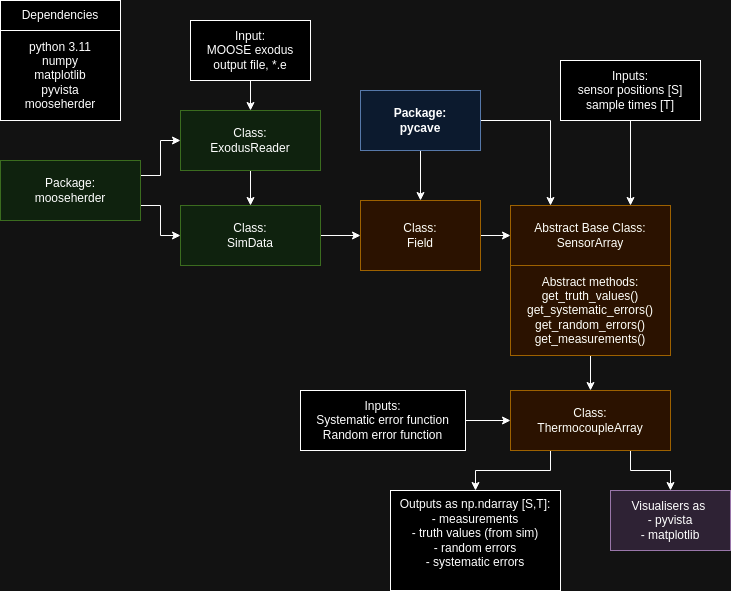
Before: reports/images/pycave.drawio.png, a diagram exported from draw.io (Digital-Validation-Laboratory/pyvale). Source tidied: cells renumbered, new cells last; positions are measured from the earlier drawing's top-left corner, leaving out a move shared by most shapes.
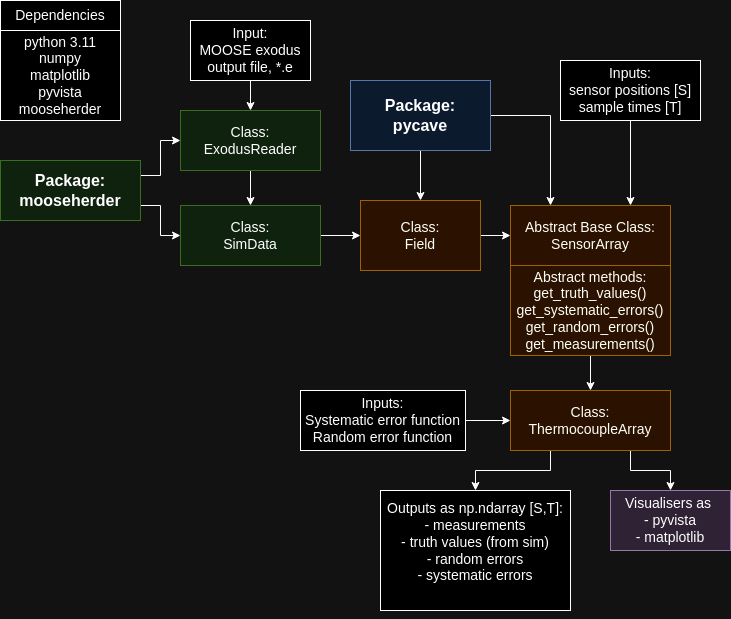
Later version of the same file.

Change to the diagram source:
```diff
@@ -2,95 +2,98 @@
   <root>
     <mxCell id="0" />
     <mxCell id="1" parent="0" />
-    <mxCell id="2" style="edgeStyle=orthogonalEdgeStyle;rounded=0;jettySize=auto;html=1;entryX=0.5;entryY=0;entryDx=0;entryDy=0;" parent="1" edge="1" source="4" target="8">
+    <mxCell id="2" style="edgeStyle=orthogonalEdgeStyle;rounded=0;jettySize=auto;html=1;entryX=0.5;entryY=0;entryDx=0;entryDy=0;fontSize=14;fontFamily=Helvetica;" parent="1" edge="1" source="4" target="8">
       <mxGeometry relative="1" as="geometry" />
     </mxCell>
-    <mxCell id="3" style="edgeStyle=orthogonalEdgeStyle;rounded=0;jettySize=auto;html=1;exitX=1;exitY=0.5;exitDx=0;exitDy=0;entryX=0.25;entryY=0;entryDx=0;entryDy=0;" parent="1" edge="1" source="4" target="9">
+    <mxCell id="3" style="edgeStyle=orthogonalEdgeStyle;rounded=0;jettySize=auto;html=1;exitX=1;exitY=0.5;exitDx=0;exitDy=0;entryX=0.25;entryY=0;entryDx=0;entryDy=0;fontSize=14;fontFamily=Helvetica;" parent="1" edge="1" source="4" target="9">
       <mxGeometry relative="1" as="geometry" />
     </mxCell>
-    <mxCell id="4" value="&lt;b&gt;Package:&lt;br&gt;pycave&lt;/b&gt;" style="rounded=0;whiteSpace=wrap;html=1;fillColor=#dae8fc;strokeColor=#6c8ebf;" parent="1" vertex="1">
-      <mxGeometry x="360" y="90" width="120" height="60" as="geometry" />
+    <mxCell id="4" value="&lt;b style=&quot;font-size: 16px;&quot;&gt;Package:&lt;br style=&quot;&quot;&gt;pycave&lt;/b&gt;" style="rounded=0;whiteSpace=wrap;html=1;fillColor=#dae8fc;strokeColor=#6c8ebf;fontSize=14;fontFamily=Helvetica;" parent="1" vertex="1">
+      <mxGeometry x="350" y="80" width="140" height="70" as="geometry" />
     </mxCell>
-    <mxCell id="5" value="Dependencies" style="rounded=0;whiteSpace=wrap;html=1;" parent="1" vertex="1">
+    <mxCell id="5" value="Dependencies" style="rounded=0;whiteSpace=wrap;html=1;fontSize=14;fontFamily=Helvetica;" parent="1" vertex="1">
       <mxGeometry width="120" height="30" as="geometry" />
     </mxCell>
-    <mxCell id="6" value="python 3.11&lt;div&gt;numpy&lt;/div&gt;&lt;div&gt;matplotlib&lt;/div&gt;&lt;div&gt;pyvista&lt;/div&gt;&lt;div&gt;mooseherder&lt;/div&gt;" style="rounded=0;whiteSpace=wrap;html=1;" parent="1" vertex="1">
+    <mxCell id="6" value="python 3.11&lt;div style=&quot;font-size: 14px;&quot;&gt;numpy&lt;/div&gt;&lt;div style=&quot;font-size: 14px;&quot;&gt;matplotlib&lt;/div&gt;&lt;div style=&quot;font-size: 14px;&quot;&gt;pyvista&lt;/div&gt;&lt;div style=&quot;font-size: 14px;&quot;&gt;mooseherder&lt;/div&gt;" style="rounded=0;whiteSpace=wrap;html=1;fontSize=14;fontFamily=Helvetica;" parent="1" vertex="1">
       <mxGeometry y="30" width="120" height="90" as="geometry" />
     </mxCell>
-    <mxCell id="7" style="edgeStyle=orthogonalEdgeStyle;rounded=0;jettySize=auto;html=1;entryX=0;entryY=0.5;entryDx=0;entryDy=0;" parent="1" edge="1" source="8" target="9">
+    <mxCell id="7" style="edgeStyle=orthogonalEdgeStyle;rounded=0;jettySize=auto;html=1;entryX=0;entryY=0.5;entryDx=0;entryDy=0;fontSize=14;fontFamily=Helvetica;" parent="1" edge="1" source="8" target="9">
       <mxGeometry relative="1" as="geometry" />
     </mxCell>
-    <mxCell id="8" value="Class:&lt;div&gt;Field&lt;/div&gt;" style="rounded=0;whiteSpace=wrap;html=1;fillColor=#ffe6cc;strokeColor=#d79b00;" parent="1" vertex="1">
+    <mxCell id="8" value="Class:&lt;div style=&quot;font-size: 14px;&quot;&gt;Field&lt;/div&gt;" style="rounded=0;whiteSpace=wrap;html=1;fillColor=#ffe6cc;strokeColor=#d79b00;fontSize=14;fontFamily=Helvetica;" parent="1" vertex="1">
       <mxGeometry x="360" y="200" width="120" height="70" as="geometry" />
     </mxCell>
-    <mxCell id="9" value="Abstract Base Class:&lt;div&gt;SensorArray&lt;/div&gt;" style="rounded=0;whiteSpace=wrap;html=1;fillColor=#ffe6cc;strokeColor=#d79b00;" parent="1" vertex="1">
+    <mxCell id="9" value="Abstract Base Class:&lt;div style=&quot;font-size: 14px;&quot;&gt;SensorArray&lt;/div&gt;" style="rounded=0;whiteSpace=wrap;html=1;fillColor=#ffe6cc;strokeColor=#d79b00;fontSize=14;fontFamily=Helvetica;" parent="1" vertex="1">
       <mxGeometry x="510" y="205" width="160" height="60" as="geometry" />
     </mxCell>
-    <mxCell id="10" style="edgeStyle=orthogonalEdgeStyle;rounded=0;jettySize=auto;html=1;entryX=0;entryY=0.5;entryDx=0;entryDy=0;" parent="1" edge="1" source="11" target="8">
+    <mxCell id="10" style="edgeStyle=orthogonalEdgeStyle;rounded=0;jettySize=auto;html=1;entryX=0;entryY=0.5;entryDx=0;entryDy=0;fontSize=14;fontFamily=Helvetica;" parent="1" edge="1" source="11" target="8">
       <mxGeometry relative="1" as="geometry" />
     </mxCell>
-    <mxCell id="11" value="Class:&lt;div&gt;SimData&lt;/div&gt;" style="rounded=0;whiteSpace=wrap;html=1;fillColor=#d5e8d4;strokeColor=#82b366;" parent="1" vertex="1">
+    <mxCell id="11" value="Class:&lt;div style=&quot;font-size: 14px;&quot;&gt;SimData&lt;/div&gt;" style="rounded=0;whiteSpace=wrap;html=1;fillColor=#d5e8d4;strokeColor=#82b366;fontSize=14;fontFamily=Helvetica;" parent="1" vertex="1">
       <mxGeometry x="180" y="205" width="140" height="60" as="geometry" />
     </mxCell>
-    <mxCell id="12" style="edgeStyle=orthogonalEdgeStyle;rounded=0;jettySize=auto;html=1;exitX=0.75;exitY=1;exitDx=0;exitDy=0;" parent="1" edge="1" source="14" target="30">
+    <mxCell id="12" style="edgeStyle=orthogonalEdgeStyle;rounded=0;jettySize=auto;html=1;exitX=0.75;exitY=1;exitDx=0;exitDy=0;fontSize=14;fontFamily=Helvetica;" parent="1" edge="1" source="14" target="30">
       <mxGeometry relative="1" as="geometry" />
     </mxCell>
-    <mxCell id="13" style="edgeStyle=orthogonalEdgeStyle;rounded=0;jettySize=auto;html=1;exitX=0.25;exitY=1;exitDx=0;exitDy=0;" parent="1" edge="1" source="14" target="29">
+    <mxCell id="13" style="edgeStyle=orthogonalEdgeStyle;rounded=0;jettySize=auto;html=1;exitX=0.25;exitY=1;exitDx=0;exitDy=0;fontSize=14;fontFamily=Helvetica;" parent="1" edge="1" source="14" target="29">
       <mxGeometry relative="1" as="geometry" />
     </mxCell>
-    <mxCell id="14" value="Class:&lt;div&gt;ThermocoupleArray&lt;/div&gt;" style="rounded=0;whiteSpace=wrap;html=1;fillColor=#ffe6cc;strokeColor=#d79b00;" parent="1" vertex="1">
+    <mxCell id="14" value="Class:&lt;div style=&quot;font-size: 14px;&quot;&gt;ThermocoupleArray&lt;/div&gt;" style="rounded=0;whiteSpace=wrap;html=1;fillColor=#ffe6cc;strokeColor=#d79b00;fontSize=14;fontFamily=Helvetica;" parent="1" vertex="1">
       <mxGeometry x="510" y="390" width="160" height="60" as="geometry" />
     </mxCell>
-    <mxCell id="15" style="edgeStyle=orthogonalEdgeStyle;rounded=0;jettySize=auto;html=1;exitX=0.5;exitY=1;exitDx=0;exitDy=0;entryX=0.75;entryY=0;entryDx=0;entryDy=0;" parent="1" edge="1" source="16" target="9">
+    <mxCell id="15" style="edgeStyle=orthogonalEdgeStyle;rounded=0;jettySize=auto;html=1;exitX=0.5;exitY=1;exitDx=0;exitDy=0;entryX=0.75;entryY=0;entryDx=0;entryDy=0;fontSize=14;fontFamily=Helvetica;" parent="1" edge="1" source="16" target="9">
       <mxGeometry relative="1" as="geometry" />
     </mxCell>
-    <mxCell id="16" value="Inputs:&lt;div&gt;sensor positions [S]&lt;/div&gt;&lt;div&gt;sample times [T]&lt;/div&gt;" style="rounded=0;whiteSpace=wrap;html=1;" parent="1" vertex="1">
+    <mxCell id="16" value="Inputs:&lt;div style=&quot;font-size: 14px;&quot;&gt;sensor positions [S]&lt;/div&gt;&lt;div style=&quot;font-size: 14px;&quot;&gt;sample times [T]&lt;/div&gt;" style="rounded=0;whiteSpace=wrap;html=1;fontSize=14;fontFamily=Helvetica;" parent="1" vertex="1">
       <mxGeometry x="560" y="60" width="140" height="60" as="geometry" />
     </mxCell>
-    <mxCell id="17" style="edgeStyle=orthogonalEdgeStyle;rounded=0;jettySize=auto;html=1;exitX=0.5;exitY=1;exitDx=0;exitDy=0;entryX=0.5;entryY=0;entryDx=0;entryDy=0;" parent="1" edge="1" source="18" target="23">
+    <mxCell id="17" style="edgeStyle=orthogonalEdgeStyle;rounded=0;jettySize=auto;html=1;exitX=0.5;exitY=1;exitDx=0;exitDy=0;entryX=0.5;entryY=0;entryDx=0;entryDy=0;fontSize=14;fontFamily=Helvetica;" parent="1" edge="1" source="18" target="23">
       <mxGeometry relative="1" as="geometry" />
     </mxCell>
-    <mxCell id="18" value="Input:&lt;div&gt;MOOSE exodus output file, *.e&lt;/div&gt;" style="rounded=0;whiteSpace=wrap;html=1;" parent="1" vertex="1">
+    <mxCell id="18" value="Input:&lt;div style=&quot;font-size: 14px;&quot;&gt;MOOSE exodus output file, *.e&lt;/div&gt;" style="rounded=0;whiteSpace=wrap;html=1;fontSize=14;fontFamily=Helvetica;" parent="1" vertex="1">
       <mxGeometry x="190" y="20" width="120" height="60" as="geometry" />
     </mxCell>
-    <mxCell id="19" style="edgeStyle=orthogonalEdgeStyle;rounded=0;jettySize=auto;html=1;exitX=1;exitY=0.25;exitDx=0;exitDy=0;entryX=0;entryY=0.5;entryDx=0;entryDy=0;" parent="1" edge="1" source="21" target="23">
+    <mxCell id="19" style="edgeStyle=orthogonalEdgeStyle;rounded=0;jettySize=auto;html=1;exitX=1;exitY=0.25;exitDx=0;exitDy=0;entryX=0;entryY=0.5;entryDx=0;entryDy=0;fontSize=14;fontFamily=Helvetica;" parent="1" edge="1" source="21" target="23">
       <mxGeometry relative="1" as="geometry" />
     </mxCell>
-    <mxCell id="20" style="edgeStyle=orthogonalEdgeStyle;rounded=0;jettySize=auto;html=1;exitX=1;exitY=0.75;exitDx=0;exitDy=0;entryX=0;entryY=0.5;entryDx=0;entryDy=0;" parent="1" edge="1" source="21" target="11">
+    <mxCell id="20" style="edgeStyle=orthogonalEdgeStyle;rounded=0;jettySize=auto;html=1;exitX=1;exitY=0.75;exitDx=0;exitDy=0;entryX=0;entryY=0.5;entryDx=0;entryDy=0;fontSize=14;fontFamily=Helvetica;" parent="1" edge="1" source="21" target="11">
       <mxGeometry relative="1" as="geometry" />
     </mxCell>
-    <mxCell id="21" value="Package:&lt;div&gt;mooseherder&lt;/div&gt;" style="rounded=0;whiteSpace=wrap;html=1;fillColor=#d5e8d4;strokeColor=#82b366;" parent="1" vertex="1">
+    <mxCell id="21" value="&lt;font style=&quot;font-size: 16px;&quot;&gt;&lt;b&gt;Package:&lt;/b&gt;&lt;/font&gt;&lt;div style=&quot;font-size: 16px;&quot;&gt;&lt;font style=&quot;font-size: 16px;&quot;&gt;&lt;b&gt;mooseherder&lt;/b&gt;&lt;/font&gt;&lt;/div&gt;" style="rounded=0;whiteSpace=wrap;html=1;fillColor=#d5e8d4;strokeColor=#82b366;fontSize=14;fontFamily=Helvetica;" parent="1" vertex="1">
       <mxGeometry y="160" width="140" height="60" as="geometry" />
     </mxCell>
-    <mxCell id="22" style="edgeStyle=orthogonalEdgeStyle;rounded=0;jettySize=auto;html=1;entryX=0.5;entryY=0;entryDx=0;entryDy=0;" parent="1" edge="1" source="23" target="11">
+    <mxCell id="22" style="edgeStyle=orthogonalEdgeStyle;rounded=0;jettySize=auto;html=1;entryX=0.5;entryY=0;entryDx=0;entryDy=0;fontSize=14;fontFamily=Helvetica;" parent="1" edge="1" source="23" target="11">
       <mxGeometry relative="1" as="geometry" />
     </mxCell>
-    <mxCell id="23" value="Class:&lt;div&gt;ExodusReader&lt;/div&gt;" style="rounded=0;whiteSpace=wrap;html=1;fillColor=#d5e8d4;strokeColor=#82b366;" parent="1" vertex="1">
+    <mxCell id="23" value="Class:&lt;div style=&quot;font-size: 14px;&quot;&gt;ExodusReader&lt;/div&gt;" style="rounded=0;whiteSpace=wrap;html=1;fillColor=#d5e8d4;strokeColor=#82b366;fontSize=14;fontFamily=Helvetica;" parent="1" vertex="1">
       <mxGeometry x="180" y="110" width="140" height="60" as="geometry" />
     </mxCell>
-    <mxCell id="24" style="edgeStyle=orthogonalEdgeStyle;rounded=0;orthogonalLoop=1;jettySize=auto;html=1;exitX=0.5;exitY=1;exitDx=0;exitDy=0;" parent="1" edge="1">
+    <mxCell id="24" style="edgeStyle=orthogonalEdgeStyle;rounded=0;orthogonalLoop=1;jettySize=auto;html=1;exitX=0.5;exitY=1;exitDx=0;exitDy=0;fontSize=14;fontFamily=Helvetica;" parent="1" edge="1">
       <mxGeometry relative="1" as="geometry">
         <mxPoint x="580" y="400" as="sourcePoint" />
         <mxPoint x="580" y="400" as="targetPoint" />
       </mxGeometry>
     </mxCell>
-    <mxCell id="25" style="edgeStyle=orthogonalEdgeStyle;rounded=0;jettySize=auto;html=1;exitX=0.5;exitY=1;exitDx=0;exitDy=0;entryX=0.5;entryY=0;entryDx=0;entryDy=0;" parent="1" edge="1" source="26" target="14">
+    <mxCell id="25" style="edgeStyle=orthogonalEdgeStyle;rounded=0;jettySize=auto;html=1;exitX=0.5;exitY=1;exitDx=0;exitDy=0;entryX=0.5;entryY=0;entryDx=0;entryDy=0;fontSize=14;fontFamily=Helvetica;" parent="1" edge="1" source="26" target="14">
       <mxGeometry relative="1" as="geometry" />
     </mxCell>
-    <mxCell id="26" value="Abstract methods:&lt;div&gt;get_truth_values()&lt;/div&gt;&lt;div&gt;get_systematic_errors()&lt;/div&gt;&lt;div&gt;get_random_errors()&lt;/div&gt;&lt;div&gt;get_measurements()&lt;/div&gt;" style="rounded=0;whiteSpace=wrap;html=1;fillColor=#ffe6cc;strokeColor=#d79b00;" parent="1" vertex="1">
+    <mxCell id="26" value="Abstract methods:&lt;div style=&quot;font-size: 14px;&quot;&gt;get_truth_values()&lt;/div&gt;&lt;div style=&quot;font-size: 14px;&quot;&gt;get_systematic_errors()&lt;/div&gt;&lt;div style=&quot;font-size: 14px;&quot;&gt;get_random_errors()&lt;/div&gt;&lt;div style=&quot;font-size: 14px;&quot;&gt;get_measurements()&lt;/div&gt;" style="rounded=0;whiteSpace=wrap;html=1;fillColor=#ffe6cc;strokeColor=#d79b00;fontSize=14;fontFamily=Helvetica;" parent="1" vertex="1">
       <mxGeometry x="510" y="265" width="160" height="90" as="geometry" />
     </mxCell>
-    <mxCell id="27" style="edgeStyle=orthogonalEdgeStyle;rounded=0;jettySize=auto;html=1;entryX=0;entryY=0.5;entryDx=0;entryDy=0;" parent="1" edge="1" source="28" target="14">
+    <mxCell id="27" style="edgeStyle=orthogonalEdgeStyle;rounded=0;jettySize=auto;html=1;entryX=0;entryY=0.5;entryDx=0;entryDy=0;fontSize=14;fontFamily=Helvetica;" parent="1" edge="1" source="28" target="14">
       <mxGeometry relative="1" as="geometry" />
     </mxCell>
-    <mxCell id="28" value="Inputs:&lt;div&gt;Systematic error function&lt;/div&gt;&lt;div&gt;Random error function&lt;/div&gt;" style="rounded=0;whiteSpace=wrap;html=1;" parent="1" vertex="1">
+    <mxCell id="28" value="Inputs:&lt;div style=&quot;font-size: 14px;&quot;&gt;Systematic error function&lt;/div&gt;&lt;div style=&quot;font-size: 14px;&quot;&gt;Random error function&lt;/div&gt;" style="rounded=0;whiteSpace=wrap;html=1;fontSize=14;fontFamily=Helvetica;" parent="1" vertex="1">
       <mxGeometry x="300" y="390" width="165" height="60" as="geometry" />
     </mxCell>
-    <mxCell id="29" value="Outputs as np.ndarray [S,T]:&lt;div&gt;- measurements&lt;/div&gt;&lt;div&gt;- truth values (from sim)&lt;/div&gt;&lt;div&gt;- random errors&lt;/div&gt;&lt;div&gt;- systematic errors&lt;/div&gt;&lt;div&gt;&lt;br&gt;&lt;/div&gt;" style="rounded=0;whiteSpace=wrap;html=1;" parent="1" vertex="1">
-      <mxGeometry x="390" y="490" width="170" height="100" as="geometry" />
+    <mxCell id="29" value="Outputs as np.ndarray [S,T]:&lt;div style=&quot;font-size: 14px;&quot;&gt;- measurements&lt;/div&gt;&lt;div style=&quot;font-size: 14px;&quot;&gt;- truth values (from sim)&lt;/div&gt;&lt;div style=&quot;font-size: 14px;&quot;&gt;- random errors&lt;/div&gt;&lt;div style=&quot;font-size: 14px;&quot;&gt;- systematic errors&lt;/div&gt;&lt;div style=&quot;font-size: 14px;&quot;&gt;&lt;br style=&quot;font-size: 14px;&quot;&gt;&lt;/div&gt;" style="rounded=0;whiteSpace=wrap;html=1;fontSize=14;fontFamily=Helvetica;" parent="1" vertex="1">
+      <mxGeometry x="380" y="490" width="190" height="120" as="geometry" />
     </mxCell>
-    <mxCell id="30" value="Visualisers as&amp;nbsp;&lt;div&gt;- pyvista&lt;/div&gt;&lt;div&gt;- matplotlib&lt;/div&gt;" style="rounded=0;whiteSpace=wrap;html=1;fillColor=#e1d5e7;strokeColor=#9673a6;" parent="1" vertex="1">
+    <mxCell id="30" value="Visualisers as&amp;nbsp;&lt;div style=&quot;font-size: 14px;&quot;&gt;- pyvista&lt;/div&gt;&lt;div style=&quot;font-size: 14px;&quot;&gt;- matplotlib&lt;/div&gt;" style="rounded=0;whiteSpace=wrap;html=1;fillColor=#e1d5e7;strokeColor=#9673a6;fontSize=14;fontFamily=Helvetica;" parent="1" vertex="1">
       <mxGeometry x="610" y="490" width="120" height="60" as="geometry" />
     </mxCell>
+    <mxCell id="31" style="edgeStyle=orthogonalEdgeStyle;rounded=0;orthogonalLoop=1;jettySize=auto;html=1;exitX=0.5;exitY=1;exitDx=0;exitDy=0;" parent="1" edge="1" source="29" target="29">
+      <mxGeometry relative="1" as="geometry" />
+    </mxCell>
   </root>
 </mxGraphModel>
```
